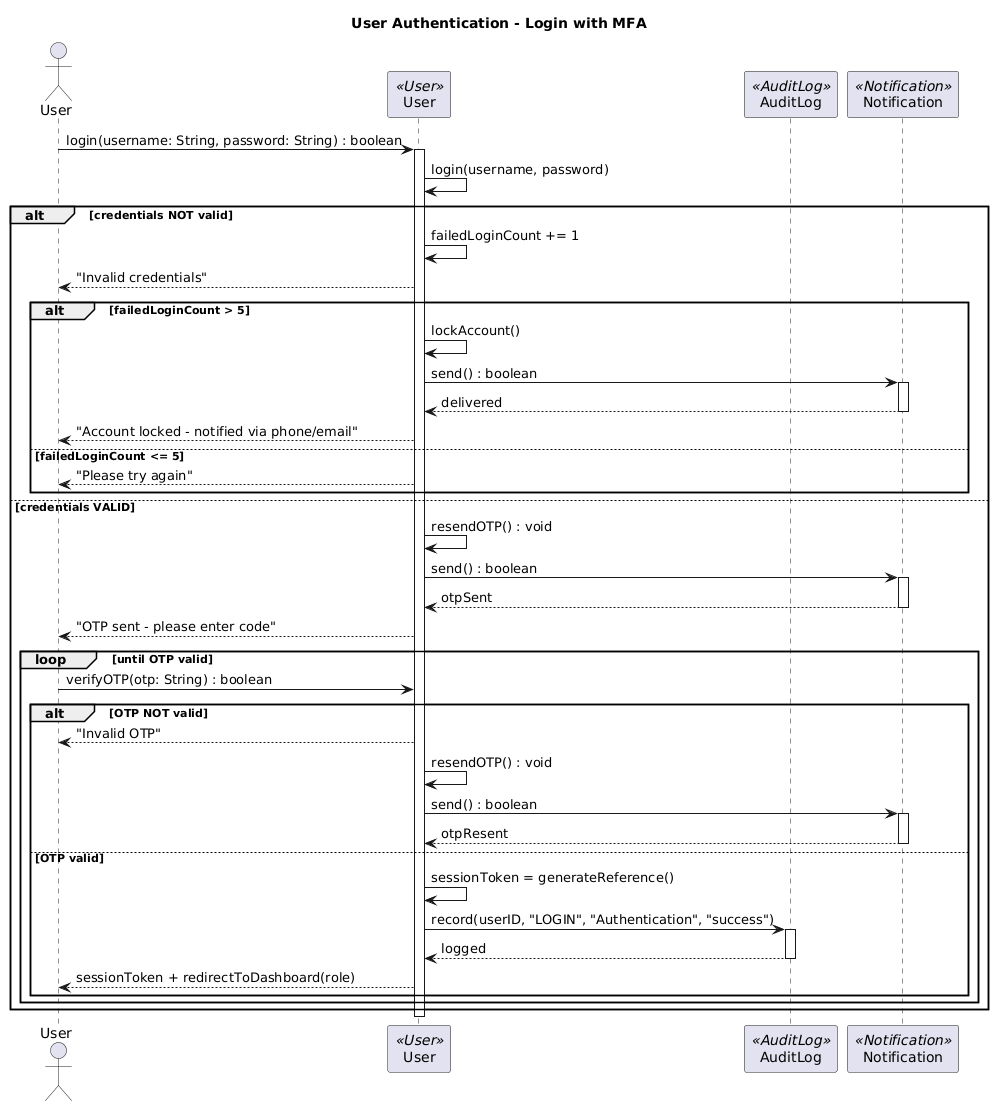
Earlier version of the PlantUML export Diagrams/Sequence Diagrams/BS_UM_02.png (erindkotobelli12/BankManagementSystem).
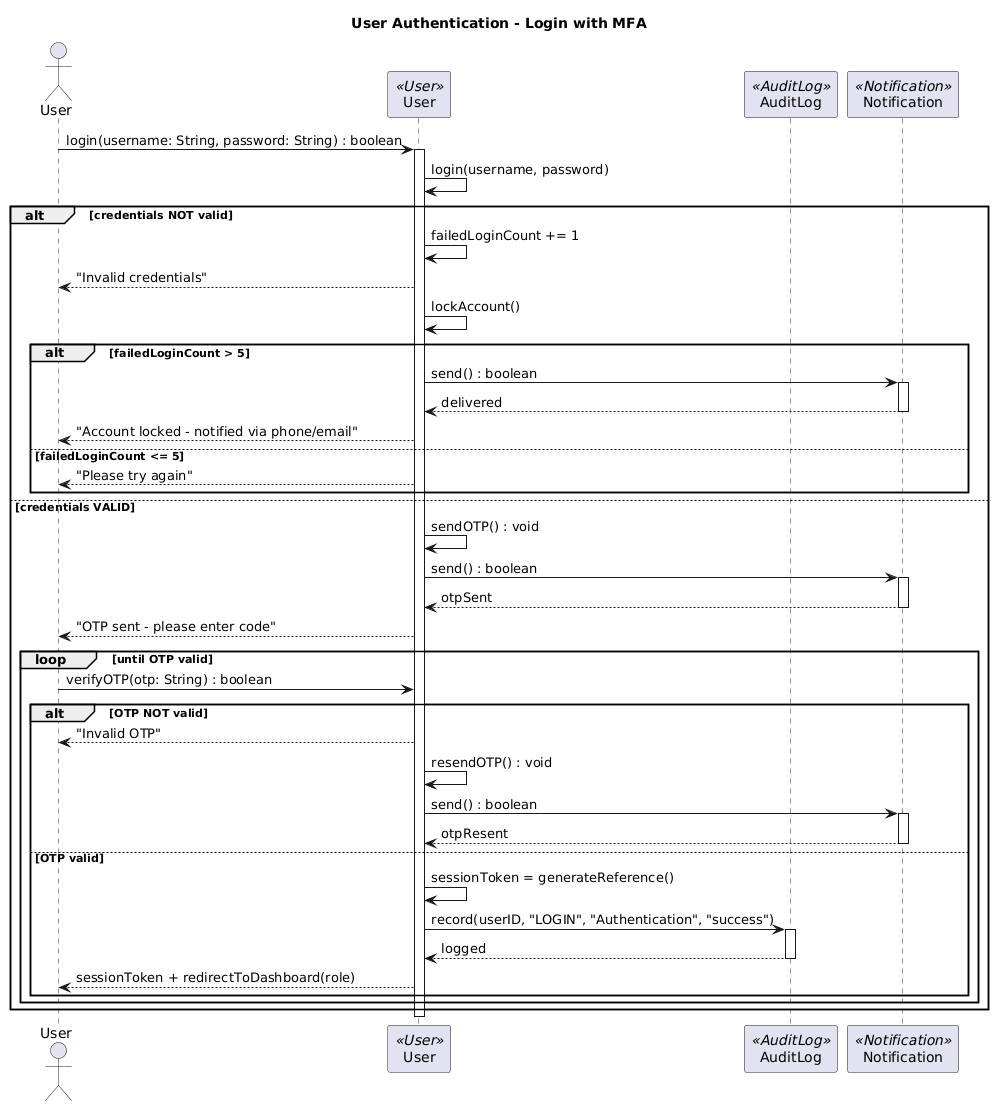
The same file after the commit.

Diff of the diagram source:
```diff
@@ -15,8 +15,8 @@
     UA -> UA : failedLoginCount += 1
     UA --> U : "Invalid credentials"
 
+    UA -> UA : lockAccount()
     alt failedLoginCount > 5
-UA -> UA : lockAccount()
         UA -> NS : send() : boolean
         activate NS
         NS --> UA : delivered
@@ -27,7 +27,7 @@
     end
 
 else credentials VALID
-    UA -> UA : resendOTP() : void
+    UA -> UA : sendOTP() : void
     UA -> NS : send() : boolean
     activate NS
     NS --> UA : otpSent
```
